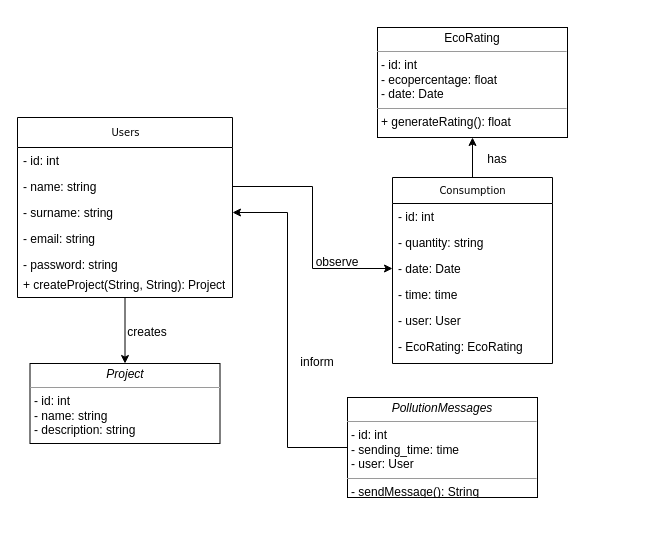
The draw.io diagram 2-SoftwareDesign/2.5-UMLProgramClasses/UMLProgramClasses.drawio in oleksandrblazhko/ai-211-martinyuk, before the edit. Source tidied: cells renumbered, new cells numbered last; positions are measured from the earlier drawing's top-left corner, leaving out a move shared by most shapes. Both pictures are drawn from the tidied source at 100%, with x=0, y=0 at pixel (17, 27).
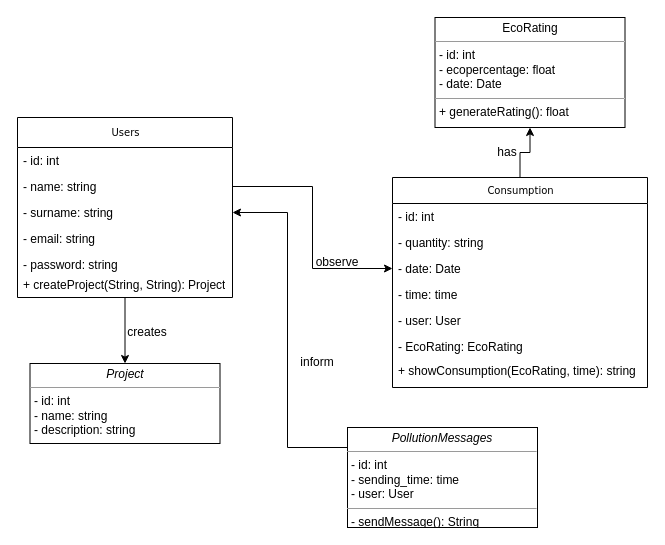
The same page after the edit.

What changed in the source:
```diff
@@
     <mxCell id="3" value="Consumption" style="swimlane;html=1;fontStyle=0;horizontal=1;startSize=26;fillColor=none;swimlaneFillColor=#ffffff;rounded=0;shadow=0;comic=0;labelBackgroundColor=none;strokeWidth=1;fontFamily=Verdana;fontSize=10;align=center;" parent="1" vertex="1">
-      <mxGeometry x="375" y="150" width="160" height="186" as="geometry" />
+      <mxGeometry x="375" y="150" width="255" height="210" as="geometry" />
     </mxCell>
     <mxCell id="4" value="- id: int&amp;nbsp;" style="text;html=1;strokeColor=none;fillColor=none;align=left;verticalAlign=top;spacingLeft=4;spacingRight=4;whiteSpace=wrap;overflow=hidden;" parent="3" vertex="1">
-      <mxGeometry y="26" width="160" height="26" as="geometry" />
+      <mxGeometry y="26" width="255" height="26" as="geometry" />
     </mxCell>
     <mxCell id="5" value="- quantity: string" style="text;html=1;strokeColor=none;fillColor=none;align=left;verticalAlign=top;spacingLeft=4;spacingRight=4;whiteSpace=wrap;overflow=hidden;" parent="3" vertex="1">
-      <mxGeometry y="52" width="160" height="26" as="geometry" />
+      <mxGeometry y="52" width="255" height="26" as="geometry" />
     </mxCell>
     <mxCell id="6" value="- date: Date" style="text;html=1;strokeColor=none;fillColor=none;align=left;verticalAlign=top;spacingLeft=4;spacingRight=4;whiteSpace=wrap;overflow=hidden;points=[[0,0.5],[1,0.5]];portConstraint=eastwest;" parent="3" vertex="1">
-      <mxGeometry y="78" width="160" height="26" as="geometry" />
+      <mxGeometry y="78" width="255" height="26" as="geometry" />
     </mxCell>
     <mxCell id="7" value="- time: time" style="text;html=1;strokeColor=none;fillColor=none;align=left;verticalAlign=top;spacingLeft=4;spacingRight=4;whiteSpace=wrap;overflow=hidden;" parent="3" vertex="1">
-      <mxGeometry y="104" width="160" height="26" as="geometry" />
+      <mxGeometry y="104" width="255" height="26" as="geometry" />
     </mxCell>
     <mxCell id="8" value="- user: User" style="text;html=1;strokeColor=none;fillColor=none;align=left;verticalAlign=top;spacingLeft=4;spacingRight=4;whiteSpace=wrap;overflow=hidden;" parent="3" vertex="1">
-      <mxGeometry y="130" width="160" height="26" as="geometry" />
+      <mxGeometry y="130" width="255" height="26" as="geometry" />
     </mxCell>
     <mxCell id="9" value="- EcoRating: EcoRating" style="text;html=1;strokeColor=none;fillColor=none;align=left;verticalAlign=top;spacingLeft=4;spacingRight=4;whiteSpace=wrap;overflow=hidden;" parent="3" vertex="1">
-      <mxGeometry y="156" width="160" height="26" as="geometry" />
+      <mxGeometry y="156" width="255" height="24" as="geometry" />
     </mxCell>
+    <mxCell id="27" value="+ showConsumption(EcoRating, time): string" style="text;html=1;strokeColor=none;fillColor=none;align=left;verticalAlign=top;spacingLeft=4;spacingRight=4;whiteSpace=wrap;overflow=hidden;" parent="3" vertex="1">
+      <mxGeometry y="180" width="255" height="30" as="geometry" />
+    </mxCell>
@@
     <mxCell id="18" value="&lt;p style=&quot;margin:0px;margin-top:4px;text-align:center;&quot;&gt;EcoRating&lt;/p&gt;&lt;hr size=&quot;1&quot;&gt;&lt;p style=&quot;margin:0px;margin-left:4px;&quot;&gt;- id: int&lt;br&gt;- ecopercentage: float&lt;/p&gt;&lt;p style=&quot;margin:0px;margin-left:4px;&quot;&gt;- date: Date&amp;nbsp;&lt;/p&gt;&lt;hr size=&quot;1&quot;&gt;&lt;p style=&quot;margin:0px;margin-left:4px;&quot;&gt;+ generateRating(): float&lt;/p&gt;" style="verticalAlign=top;align=left;overflow=fill;fontSize=12;fontFamily=Helvetica;html=1;rounded=0;shadow=0;comic=0;labelBackgroundColor=none;strokeWidth=1;" parent="1" vertex="1">
-      <mxGeometry x="360" width="190" height="110" as="geometry" />
+      <mxGeometry x="417.5" y="-10" width="190" height="110" as="geometry" />
     </mxCell>
@@
     <mxCell id="20" value="&lt;p style=&quot;margin:0px;margin-top:4px;text-align:center;&quot;&gt;&lt;i&gt;PollutionMessages&lt;/i&gt;&lt;/p&gt;&lt;hr size=&quot;1&quot;&gt;&lt;p style=&quot;margin:0px;margin-left:4px;&quot;&gt;- id: int&lt;br&gt;- sending_time: time&lt;/p&gt;&lt;p style=&quot;margin:0px;margin-left:4px;&quot;&gt;- user: User&lt;/p&gt;&lt;hr size=&quot;1&quot;&gt;&lt;p style=&quot;margin:0px;margin-left:4px;&quot;&gt;- sendMessage(): String&lt;br&gt;&lt;br&gt;&lt;/p&gt;" style="verticalAlign=top;align=left;overflow=fill;fontSize=12;fontFamily=Helvetica;html=1;rounded=0;shadow=0;comic=0;labelBackgroundColor=none;strokeWidth=1;" parent="1" vertex="1">
-      <mxGeometry x="330" y="370" width="190" height="100" as="geometry" />
+      <mxGeometry x="330" y="400" width="190" height="100" as="geometry" />
     </mxCell>
@@
     <mxCell id="23" value="has" style="text;html=1;strokeColor=none;fillColor=none;align=center;verticalAlign=middle;whiteSpace=wrap;rounded=0;" parent="1" vertex="1">
-      <mxGeometry x="450" y="117" width="60" height="30" as="geometry" />
+      <mxGeometry x="460" y="110" width="60" height="30" as="geometry" />
     </mxCell>
```
